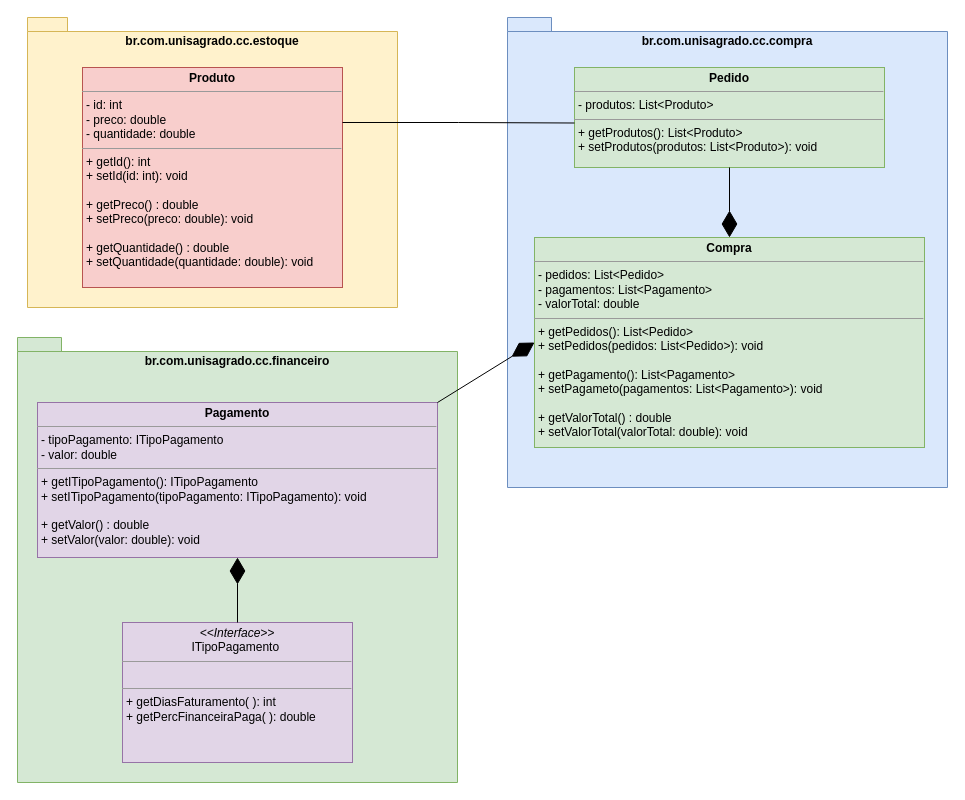
Before: Conversão de Java para Diagrama de Classes.drawio in UnisagradoWorks/engenharia-software, a draw.io diagram. Source tidied: cells renumbered, new cells numbered last; positions are measured from the earlier drawing's top-left corner, leaving out a move shared by most shapes. Both pictures are drawn from the tidied source at 100%, with x=0, y=0 at pixel (17, 17).
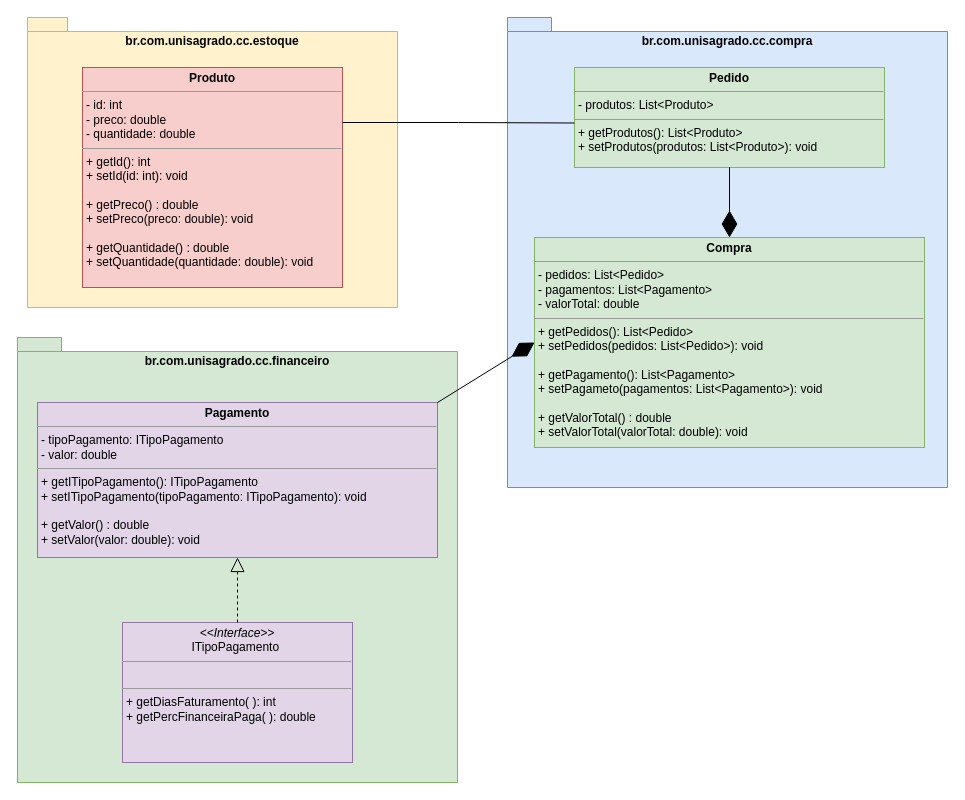
The same diagram, later.

Commit message:
novas atualizacoes nos relacionamentos das classes

Change to the diagram source:
```diff
@@
 <mxGraphModel>
   <root>
     <mxCell id="0" />
     <mxCell id="1" parent="0" />
     <mxCell id="2" value="br.com.unisagrado.cc.estoque" style="shape=folder;fontStyle=1;spacingTop=10;tabWidth=40;tabHeight=14;tabPosition=left;html=1;whiteSpace=wrap;verticalAlign=top;fillColor=#fff2cc;strokeColor=#d6b656;" parent="1" vertex="1">
       <mxGeometry x="10" width="370" height="290" as="geometry" />
     </mxCell>
     <mxCell id="3" value="&lt;p style=&quot;margin:0px;margin-top:4px;text-align:center;&quot;&gt;&lt;b&gt;Produto&lt;/b&gt;&lt;/p&gt;&lt;hr size=&quot;1&quot;&gt;&lt;p style=&quot;margin:0px;margin-left:4px;&quot;&gt;- id: int&lt;/p&gt;&lt;p style=&quot;margin:0px;margin-left:4px;&quot;&gt;- preco: double&lt;/p&gt;&lt;p style=&quot;margin:0px;margin-left:4px;&quot;&gt;- quantidade: double&lt;/p&gt;&lt;hr size=&quot;1&quot;&gt;&lt;p style=&quot;margin:0px;margin-left:4px;&quot;&gt;+ getId(): int&lt;/p&gt;&lt;p style=&quot;margin:0px;margin-left:4px;&quot;&gt;+ setId(id: int): void&lt;/p&gt;&lt;p style=&quot;margin:0px;margin-left:4px;&quot;&gt;&lt;br&gt;&lt;/p&gt;&lt;p style=&quot;margin:0px;margin-left:4px;&quot;&gt;+ getPreco() : double&amp;nbsp;&lt;/p&gt;&lt;p style=&quot;margin:0px;margin-left:4px;&quot;&gt;&lt;span style=&quot;background-color: initial;&quot;&gt;+ setPreco(preco: double): void&lt;/span&gt;&lt;/p&gt;&lt;p style=&quot;margin:0px;margin-left:4px;&quot;&gt;&lt;br&gt;&lt;/p&gt;&lt;p style=&quot;margin:0px;margin-left:4px;&quot;&gt;+ getQuantidade() : double&lt;/p&gt;&lt;p style=&quot;margin:0px;margin-left:4px;&quot;&gt;&lt;span style=&quot;background-color: initial;&quot;&gt;+ setQuantidade(quantidade: double): void&lt;/span&gt;&lt;/p&gt;" style="verticalAlign=top;align=left;overflow=fill;fontSize=12;fontFamily=Helvetica;html=1;whiteSpace=wrap;fillColor=#f8cecc;strokeColor=#b85450;" parent="1" vertex="1">
       <mxGeometry x="65" y="50" width="260" height="220" as="geometry" />
     </mxCell>
     <mxCell id="4" style="group;" parent="1" vertex="1">
       <mxGeometry y="320" width="440" height="445" as="geometry" />
     </mxCell>
     <mxCell id="5" value="br.com.unisagrado.cc.financeiro" style="shape=folder;fontStyle=1;spacingTop=10;tabWidth=40;tabHeight=14;tabPosition=left;html=1;whiteSpace=wrap;verticalAlign=top;fillColor=#d5e8d4;strokeColor=#82b366;" parent="4" vertex="1">
       <mxGeometry width="440" height="445" as="geometry" />
     </mxCell>
     <mxCell id="6" value="&lt;p style=&quot;margin:0px;margin-top:4px;text-align:center;&quot;&gt;&lt;b&gt;Pagamento&lt;/b&gt;&lt;/p&gt;&lt;hr size=&quot;1&quot;&gt;&lt;p style=&quot;margin:0px;margin-left:4px;&quot;&gt;- tipoPagamento: ITipoPagamento&lt;/p&gt;&lt;p style=&quot;margin:0px;margin-left:4px;&quot;&gt;- valor: double&lt;/p&gt;&lt;hr size=&quot;1&quot;&gt;&lt;p style=&quot;margin:0px;margin-left:4px;&quot;&gt;+ getITipoPagamento(): ITipoPagamento&lt;/p&gt;&lt;p style=&quot;margin:0px;margin-left:4px;&quot;&gt;+ setITipoPagamento(tipoPagamento: ITipoPagamento): void&lt;/p&gt;&lt;p style=&quot;margin:0px;margin-left:4px;&quot;&gt;&lt;br&gt;&lt;/p&gt;&lt;p style=&quot;margin:0px;margin-left:4px;&quot;&gt;+ getValor() : double&amp;nbsp;&lt;/p&gt;&lt;p style=&quot;margin:0px;margin-left:4px;&quot;&gt;&lt;span style=&quot;background-color: initial;&quot;&gt;+ setValor(valor: double): void&lt;/span&gt;&lt;/p&gt;" style="verticalAlign=top;align=left;overflow=fill;fontSize=12;fontFamily=Helvetica;html=1;whiteSpace=wrap;fillColor=#e1d5e7;strokeColor=#9673a6;" parent="4" vertex="1">
       <mxGeometry x="20" y="65" width="400" height="155" as="geometry" />
     </mxCell>
     <mxCell id="7" value="&lt;p style=&quot;margin:0px;margin-top:4px;text-align:center;&quot;&gt;&lt;i&gt;&amp;lt;&amp;lt;Interface&amp;gt;&amp;gt;&lt;/i&gt;&lt;br&gt;ITipoPagamento&lt;b&gt;&amp;nbsp;&lt;/b&gt;&lt;/p&gt;&lt;hr size=&quot;1&quot;&gt;&lt;p style=&quot;margin:0px;margin-left:4px;&quot;&gt;&lt;br&gt;&lt;/p&gt;&lt;hr size=&quot;1&quot;&gt;&lt;p style=&quot;margin:0px;margin-left:4px;&quot;&gt;+ getDiasFaturamento( ): int&lt;br&gt;+ getPercFinanceiraPaga( ): double&lt;/p&gt;" style="verticalAlign=top;align=left;overflow=fill;fontSize=12;fontFamily=Helvetica;html=1;whiteSpace=wrap;fillColor=#e1d5e7;strokeColor=#9673a6;" parent="4" vertex="1">
       <mxGeometry x="105" y="285" width="230" height="140" as="geometry" />
     </mxCell>
-    <mxCell id="8" style="endArrow=diamondThin;endFill=1;endSize=24;html=1;rounded=0;exitX=0.5;exitY=0;exitDx=0;exitDy=0;entryX=0.5;entryY=1;entryDx=0;entryDy=0;" parent="4" edge="1" source="7" target="6">
+    <mxCell id="8" style="endArrow=block;dashed=1;endFill=0;endSize=12;html=1;rounded=0;exitX=0.5;exitY=0;exitDx=0;exitDy=0;entryX=0.5;entryY=1;entryDx=0;entryDy=0;" parent="4" edge="1" source="7" target="6">
       <mxGeometry relative="1" as="geometry" />
     </mxCell>
     <mxCell id="9" style="group;" parent="1" vertex="1">
       <mxGeometry x="490" width="440" height="470" as="geometry" />
     </mxCell>
     <mxCell id="10" value="br.com.unisagrado.cc.compra" style="shape=folder;fontStyle=1;spacingTop=10;tabWidth=40;tabHeight=14;tabPosition=left;html=1;whiteSpace=wrap;verticalAlign=top;fillColor=#dae8fc;strokeColor=#6c8ebf;" parent="9" vertex="1">
       <mxGeometry width="440" height="470" as="geometry" />
     </mxCell>
     <mxCell id="11" value="&lt;p style=&quot;margin:0px;margin-top:4px;text-align:center;&quot;&gt;&lt;b&gt;Pedido&lt;/b&gt;&lt;/p&gt;&lt;hr size=&quot;1&quot;&gt;&lt;p style=&quot;margin:0px;margin-left:4px;&quot;&gt;- produtos: List&amp;lt;Produto&amp;gt;&lt;/p&gt;&lt;hr size=&quot;1&quot;&gt;&lt;p style=&quot;margin:0px;margin-left:4px;&quot;&gt;+ getProdutos(): List&amp;lt;Produto&amp;gt;&amp;nbsp;&lt;/p&gt;&lt;p style=&quot;margin:0px;margin-left:4px;&quot;&gt;+ setProdutos(produtos: List&amp;lt;Produto&amp;gt;): void&lt;/p&gt;&lt;p style=&quot;margin:0px;margin-left:4px;&quot;&gt;&lt;br&gt;&lt;/p&gt;" style="verticalAlign=top;align=left;overflow=fill;fontSize=12;fontFamily=Helvetica;html=1;whiteSpace=wrap;fillColor=#d5e8d4;strokeColor=#82b366;" parent="9" vertex="1">
       <mxGeometry x="67" y="50" width="310" height="100" as="geometry" />
     </mxCell>
     <mxCell id="12" value="&lt;p style=&quot;margin:0px;margin-top:4px;text-align:center;&quot;&gt;&lt;b&gt;Compra&lt;/b&gt;&lt;/p&gt;&lt;hr size=&quot;1&quot;&gt;&lt;p style=&quot;margin:0px;margin-left:4px;&quot;&gt;- pedidos: List&amp;lt;Pedido&amp;gt;&lt;/p&gt;&lt;p style=&quot;margin:0px;margin-left:4px;&quot;&gt;- pagamentos: List&amp;lt;Pagamento&amp;gt;&lt;/p&gt;&lt;p style=&quot;margin:0px;margin-left:4px;&quot;&gt;- valorTotal: double&lt;/p&gt;&lt;hr size=&quot;1&quot;&gt;&lt;p style=&quot;border-color: var(--border-color); margin: 0px 0px 0px 4px;&quot;&gt;+ getPedidos(): List&amp;lt;Pedido&amp;gt;&amp;nbsp;&lt;/p&gt;&lt;p style=&quot;border-color: var(--border-color); margin: 0px 0px 0px 4px;&quot;&gt;+ setPedidos(pedidos: List&amp;lt;Pedido&amp;gt;): void&lt;/p&gt;&lt;p style=&quot;border-color: var(--border-color); margin: 0px 0px 0px 4px;&quot;&gt;&lt;br&gt;&lt;/p&gt;&lt;p style=&quot;border-color: var(--border-color); margin: 0px 0px 0px 4px;&quot;&gt;+ getPagamento(): List&amp;lt;Pagamento&amp;gt;&amp;nbsp;&lt;/p&gt;&lt;p style=&quot;border-color: var(--border-color); margin: 0px 0px 0px 4px;&quot;&gt;+ setPagameto(pagamentos: List&amp;lt;Pagamento&amp;gt;): void&lt;/p&gt;&lt;p style=&quot;margin:0px;margin-left:4px;&quot;&gt;&lt;br&gt;&lt;/p&gt;&lt;p style=&quot;margin:0px;margin-left:4px;&quot;&gt;+ getValorTotal() : double&lt;/p&gt;&lt;p style=&quot;margin:0px;margin-left:4px;&quot;&gt;+ setValorTotal(valorTotal: double): void&lt;/p&gt;" style="verticalAlign=top;align=left;overflow=fill;fontSize=12;fontFamily=Helvetica;html=1;whiteSpace=wrap;fillColor=#d5e8d4;strokeColor=#82b366;" parent="9" vertex="1">
       <mxGeometry x="27" y="220" width="390" height="210" as="geometry" />
     </mxCell>
     <mxCell id="13" style="endArrow=diamondThin;endFill=1;endSize=24;html=1;rounded=0;entryX=0.5;entryY=0;entryDx=0;entryDy=0;" parent="9" edge="1" source="11" target="12">
       <mxGeometry relative="1" as="geometry" />
     </mxCell>
     <mxCell id="14" style="endArrow=diamondThin;endFill=1;endSize=24;html=1;rounded=0;exitX=1;exitY=0;exitDx=0;exitDy=0;" parent="1" edge="1" source="6">
       <mxGeometry relative="1" as="geometry">
         <mxPoint x="517" y="325" as="targetPoint" />
       </mxGeometry>
     </mxCell>
     <mxCell id="15" style="endArrow=none;html=1;edgeStyle=orthogonalEdgeStyle;rounded=0;exitX=1;exitY=0.25;exitDx=0;exitDy=0;entryX=0;entryY=0.555;entryDx=0;entryDy=0;entryPerimeter=0;" parent="1" edge="1" source="3" target="11">
       <mxGeometry relative="1" as="geometry" />
     </mxCell>
   </root>
 </mxGraphModel>
```
